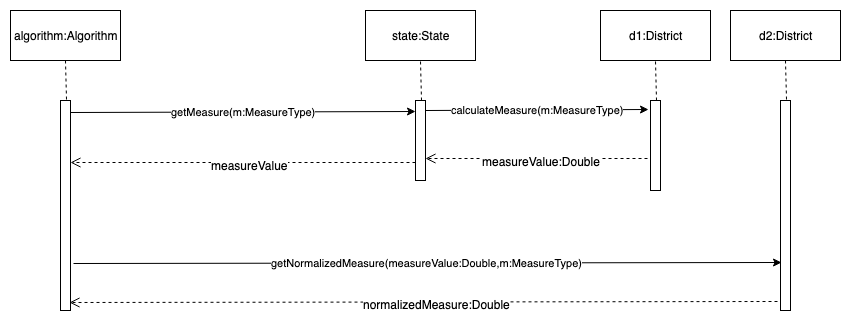
The draw.io diagram Presentation/SequenceDiagrams/33. Normalize the objective function.png in Randypaquette13/CSE308New, before a commit. Source tidied: cells renumbered, new cells last; positions are measured from the earlier drawing's top-left corner, leaving out a move shared by most shapes. The source it was exported from:
```xml
<mxGraphModel>
  <root>
    <mxCell id="0" />
    <mxCell id="1" parent="0" />
    <mxCell id="2" style="html=1;points=[];perimeter=orthogonalPerimeter;" parent="1" vertex="1">
      <mxGeometry x="50" y="90" width="10" height="210" as="geometry" />
    </mxCell>
    <mxCell id="3" value="algorithm:Algorithm" style="html=1;" parent="1" vertex="1">
      <mxGeometry width="110" height="50" as="geometry" />
    </mxCell>
    <mxCell id="4" style="endArrow=none;dashed=1;html=1;entryX=0.5;entryY=1;entryDx=0;entryDy=0;exitX=0.6;exitY=-0.004;exitDx=0;exitDy=0;exitPerimeter=0;" parent="1" edge="1" source="2" target="3">
      <mxGeometry relative="1" as="geometry" />
    </mxCell>
    <mxCell id="5" style="html=1;points=[];perimeter=orthogonalPerimeter;" parent="1" vertex="1">
      <mxGeometry x="405" y="90" width="10" height="80" as="geometry" />
    </mxCell>
    <mxCell id="6" value="state:State" style="html=1;" parent="1" vertex="1">
      <mxGeometry x="355" width="110" height="50" as="geometry" />
    </mxCell>
    <mxCell id="7" style="endArrow=none;dashed=1;html=1;entryX=0.5;entryY=1;entryDx=0;entryDy=0;exitX=0.6;exitY=-0.004;exitDx=0;exitDy=0;exitPerimeter=0;" parent="1" edge="1" source="5" target="6">
      <mxGeometry relative="1" as="geometry" />
    </mxCell>
    <mxCell id="8" value="getMeasure(m:MeasureType)" style="endArrow=classic;html=1;exitX=1;exitY=0.057;exitDx=0;exitDy=0;exitPerimeter=0;entryX=0;entryY=0.138;entryDx=0;entryDy=0;entryPerimeter=0;" parent="1" edge="1" source="2" target="5">
      <mxGeometry relative="1" as="geometry" />
    </mxCell>
    <mxCell id="9" style="html=1;points=[];perimeter=orthogonalPerimeter;" parent="1" vertex="1">
      <mxGeometry x="640" y="90" width="10" height="90" as="geometry" />
    </mxCell>
    <mxCell id="10" value="d1:District" style="html=1;" parent="1" vertex="1">
      <mxGeometry x="590" width="110" height="50" as="geometry" />
    </mxCell>
    <mxCell id="11" style="endArrow=none;dashed=1;html=1;entryX=0.5;entryY=1;entryDx=0;entryDy=0;exitX=0.6;exitY=-0.004;exitDx=0;exitDy=0;exitPerimeter=0;" parent="1" edge="1" source="9" target="10">
      <mxGeometry relative="1" as="geometry" />
    </mxCell>
    <mxCell id="12" style="html=1;points=[];perimeter=orthogonalPerimeter;" parent="1" vertex="1">
      <mxGeometry x="770" y="90" width="10" height="210" as="geometry" />
    </mxCell>
    <mxCell id="13" value="d2:District" style="html=1;" parent="1" vertex="1">
      <mxGeometry x="720" width="110" height="50" as="geometry" />
    </mxCell>
    <mxCell id="14" style="endArrow=none;dashed=1;html=1;entryX=0.5;entryY=1;entryDx=0;entryDy=0;exitX=0.6;exitY=-0.004;exitDx=0;exitDy=0;exitPerimeter=0;" parent="1" edge="1" source="12" target="13">
      <mxGeometry relative="1" as="geometry" />
    </mxCell>
    <mxCell id="15" value="calculateMeasure(m:MeasureType)" style="endArrow=classic;html=1;exitX=1.1;exitY=0.017;exitDx=0;exitDy=0;exitPerimeter=0;entryX=-0.2;entryY=0.1;entryDx=0;entryDy=0;entryPerimeter=0;" parent="1" edge="1" target="9">
      <mxGeometry relative="1" as="geometry">
        <mxPoint x="415" y="100" as="sourcePoint" />
      </mxGeometry>
    </mxCell>
    <mxCell id="16" value="getNormalizedMeasure(measureValue:Double,m:MeasureType)" style="endArrow=classic;html=1;entryX=0.1;entryY=0.772;entryDx=0;entryDy=0;entryPerimeter=0;exitX=1.3;exitY=0.776;exitDx=0;exitDy=0;exitPerimeter=0;" parent="1" edge="1" source="2" target="12">
      <mxGeometry relative="1" as="geometry" />
    </mxCell>
    <mxCell id="17" style="html=1;verticalAlign=bottom;endArrow=open;dashed=1;endSize=8;exitX=-0.3;exitY=0.644;exitDx=0;exitDy=0;exitPerimeter=0;" parent="1" edge="1" source="9" target="5">
      <mxGeometry relative="1" as="geometry" />
    </mxCell>
    <mxCell id="18" value="measureValue:Double" style="text;html=1;align=center;verticalAlign=middle;labelBackgroundColor=#ffffff;" parent="17" vertex="1">
      <mxGeometry x="-0.04" y="2" relative="1" as="geometry" />
    </mxCell>
    <mxCell id="19" style="html=1;verticalAlign=bottom;endArrow=open;dashed=1;endSize=8;exitX=0;exitY=0.775;exitDx=0;exitDy=0;exitPerimeter=0;" parent="1" edge="1" source="5" target="2">
      <mxGeometry relative="1" as="geometry" />
    </mxCell>
    <mxCell id="20" value="measureValue" style="text;html=1;align=center;verticalAlign=middle;labelBackgroundColor=#ffffff;" parent="19" vertex="1">
      <mxGeometry x="-0.04" y="2" relative="1" as="geometry" />
    </mxCell>
    <mxCell id="21" style="html=1;verticalAlign=bottom;endArrow=open;dashed=1;endSize=8;exitX=-0.3;exitY=0.957;exitDx=0;exitDy=0;exitPerimeter=0;entryX=0.9;entryY=0.962;entryDx=0;entryDy=0;entryPerimeter=0;" parent="1" edge="1" source="12" target="2">
      <mxGeometry relative="1" as="geometry" />
    </mxCell>
    <mxCell id="22" value="normalizedMeasure:Double" style="text;html=1;align=center;verticalAlign=middle;labelBackgroundColor=#ffffff;" parent="21" vertex="1">
      <mxGeometry x="-0.04" y="2" relative="1" as="geometry" />
    </mxCell>
  </root>
</mxGraphModel>
```
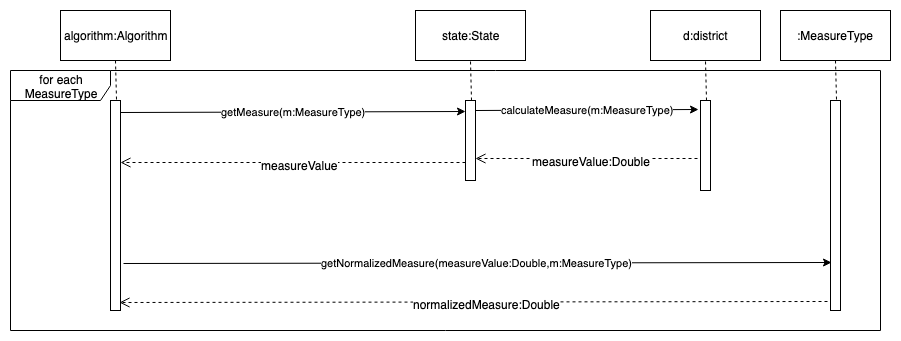
Later version of the same file.

What changed in the source:
```diff
@@ -26,7 +26,7 @@
     <mxCell id="9" style="html=1;points=[];perimeter=orthogonalPerimeter;" parent="1" vertex="1">
       <mxGeometry x="640" y="90" width="10" height="90" as="geometry" />
     </mxCell>
-    <mxCell id="10" value="d1:District" style="html=1;" parent="1" vertex="1">
+    <mxCell id="10" value="d:district" style="html=1;" parent="1" vertex="1">
       <mxGeometry x="590" width="110" height="50" as="geometry" />
     </mxCell>
     <mxCell id="11" style="endArrow=none;dashed=1;html=1;entryX=0.5;entryY=1;entryDx=0;entryDy=0;exitX=0.6;exitY=-0.004;exitDx=0;exitDy=0;exitPerimeter=0;" parent="1" edge="1" source="9" target="10">
@@ -35,7 +35,7 @@
     <mxCell id="12" style="html=1;points=[];perimeter=orthogonalPerimeter;" parent="1" vertex="1">
       <mxGeometry x="770" y="90" width="10" height="210" as="geometry" />
     </mxCell>
-    <mxCell id="13" value="d2:District" style="html=1;" parent="1" vertex="1">
+    <mxCell id="13" value=":MeasureType" style="html=1;" parent="1" vertex="1">
       <mxGeometry x="720" width="110" height="50" as="geometry" />
     </mxCell>
     <mxCell id="14" style="endArrow=none;dashed=1;html=1;entryX=0.5;entryY=1;entryDx=0;entryDy=0;exitX=0.6;exitY=-0.004;exitDx=0;exitDy=0;exitPerimeter=0;" parent="1" edge="1" source="12" target="13">
@@ -67,5 +67,8 @@
     <mxCell id="22" value="normalizedMeasure:Double" style="text;html=1;align=center;verticalAlign=middle;labelBackgroundColor=#ffffff;" parent="21" vertex="1">
       <mxGeometry x="-0.04" y="2" relative="1" as="geometry" />
     </mxCell>
+    <mxCell id="23" value="for each MeasureType" style="shape=umlFrame;whiteSpace=wrap;html=1;width=100;height=30;" parent="1" vertex="1">
+      <mxGeometry x="-50" y="60" width="870" height="260" as="geometry" />
+    </mxCell>
   </root>
 </mxGraphModel>
```
